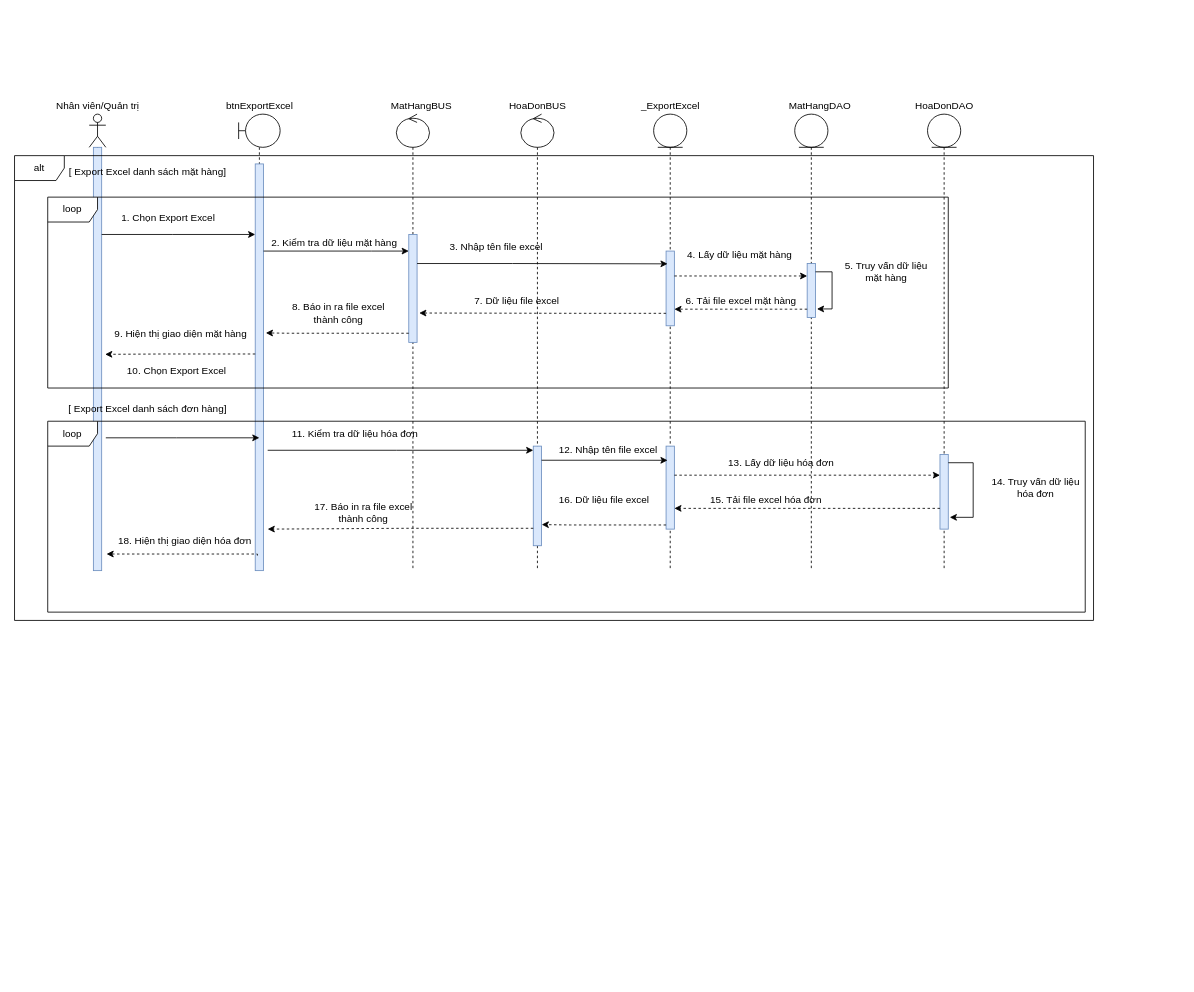
The draw.io diagram Sequence Diagrams/Thái Hùng/SD_XuấtDữLiêuRaExcel.drawio in EdgarIgnite16/OOAD-Project, before the edit. Source tidied: cells renumbered, new cells numbered last; positions are measured from the earlier drawing's top-left corner, leaving out a move shared by most shapes. Both pictures are drawn from the tidied source at 83%, with x=0, y=0 at pixel (14, 93).
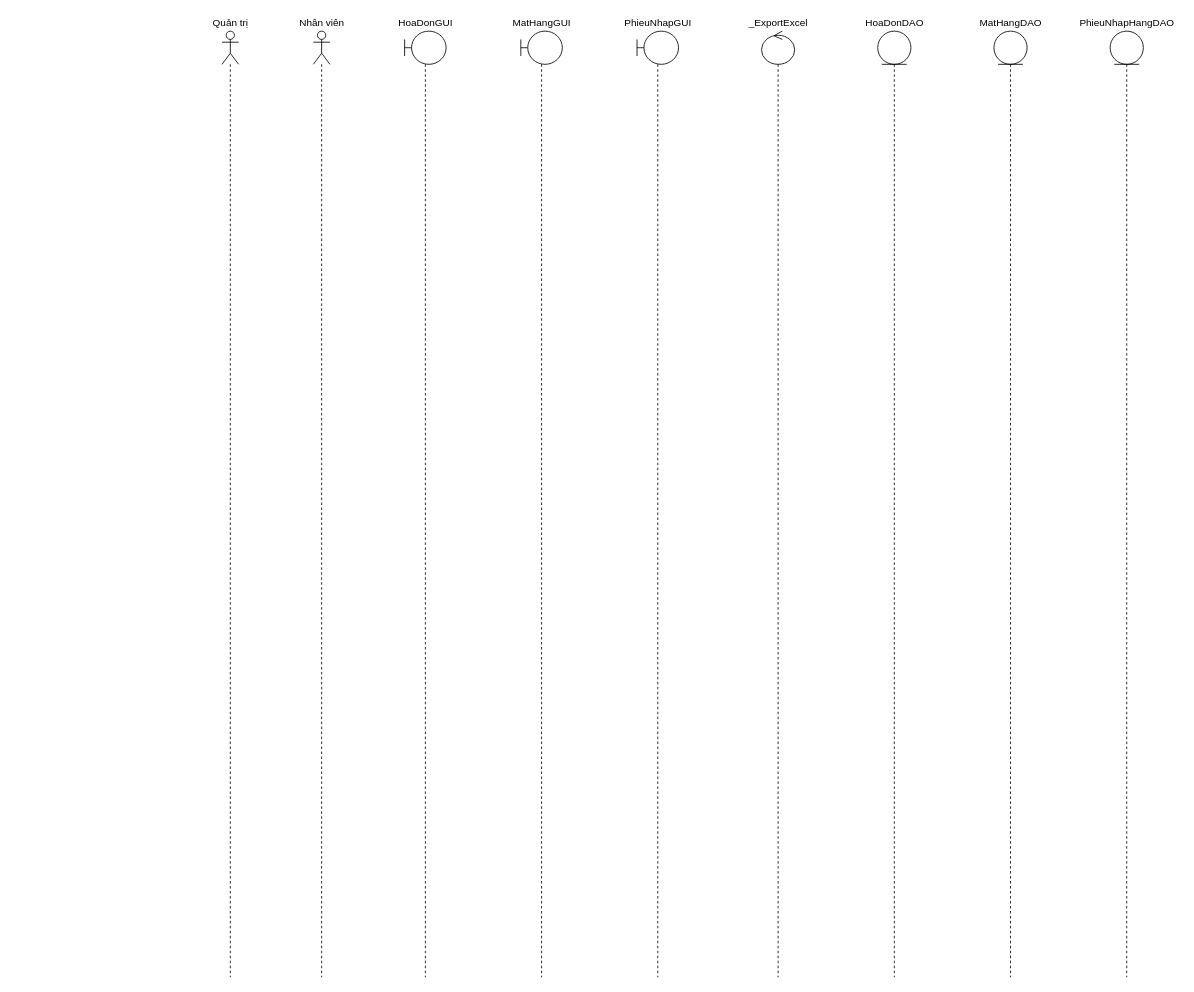
The same page after the edit.

What changed in the source:
```diff
@@
-    <mxCell id="2" style="shape=umlLifeline;participant=umlActor;perimeter=lifelinePerimeter;whiteSpace=wrap;html=1;verticalAlign=top;spacingTop=36;" parent="1" vertex="1">
-      <mxGeometry x="90" y="25" width="20" height="550" as="geometry" />
-    </mxCell>
-    <mxCell id="3" style="html=1;perimeter=orthogonalPerimeter;fillColor=#dae8fc;strokeColor=#6c8ebf;" parent="2" vertex="1">
-      <mxGeometry x="5" y="40" width="10" height="510" as="geometry" />
-    </mxCell>
-    <mxCell id="4" value="Nhân viên/Quản trị" style="text;html=1;align=center;verticalAlign=middle;strokeColor=none;fillColor=none;" parent="1" vertex="1">
-      <mxGeometry x="40" y="5" width="120" height="20" as="geometry" />
-    </mxCell>
-    <mxCell id="5" style="shape=umlLifeline;participant=umlBoundary;perimeter=lifelinePerimeter;whiteSpace=wrap;html=1;verticalAlign=top;spacingTop=36;size=40;" parent="1" vertex="1">
-      <mxGeometry x="270" y="25" width="50" height="550" as="geometry" />
-    </mxCell>
-    <mxCell id="6" style="html=1;perimeter=orthogonalPerimeter;fillColor=#dae8fc;strokeColor=#6c8ebf;" parent="5" vertex="1">
-      <mxGeometry x="20" y="60" width="10" height="490" as="geometry" />
-    </mxCell>
-    <mxCell id="7" value="btnExportExcel" style="text;html=1;align=center;verticalAlign=middle;strokeColor=none;fillColor=none;" parent="1" vertex="1">
-      <mxGeometry x="245" width="100" height="30" as="geometry" />
-    </mxCell>
-    <mxCell id="8" style="shape=umlLifeline;participant=umlEntity;perimeter=lifelinePerimeter;whiteSpace=wrap;html=1;verticalAlign=top;spacingTop=36;" parent="1" vertex="1">
-      <mxGeometry x="770" y="25" width="40" height="550" as="geometry" />
-    </mxCell>
-    <mxCell id="9" style="html=1;points=[];perimeter=orthogonalPerimeter;fillColor=#dae8fc;strokeColor=#6c8ebf;" parent="8" vertex="1">
-      <mxGeometry x="15" y="165" width="10" height="90" as="geometry" />
-    </mxCell>
-    <mxCell id="10" style="html=1;points=[];perimeter=orthogonalPerimeter;fillColor=#dae8fc;strokeColor=#6c8ebf;" parent="8" vertex="1">
-      <mxGeometry x="15" y="400" width="10" height="100" as="geometry" />
-    </mxCell>
+    <mxCell id="65" style="shape=umlLifeline;participant=umlActor;perimeter=lifelinePerimeter;whiteSpace=wrap;html=1;verticalAlign=top;spacingTop=36;" parent="1" vertex="1">
+      <mxGeometry x="360" y="-75" width="20" height="1140" as="geometry" />
+    </mxCell>
+    <mxCell id="66" style="shape=umlLifeline;participant=umlBoundary;perimeter=lifelinePerimeter;whiteSpace=wrap;html=1;verticalAlign=top;spacingTop=36;" parent="1" vertex="1">
+      <mxGeometry x="470" y="-75" width="50" height="1140" as="geometry" />
+    </mxCell>
+    <mxCell id="67" style="shape=umlLifeline;participant=umlBoundary;perimeter=lifelinePerimeter;whiteSpace=wrap;html=1;verticalAlign=top;spacingTop=36;" parent="1" vertex="1">
+      <mxGeometry x="610" y="-75" width="50" height="1140" as="geometry" />
+    </mxCell>
+    <mxCell id="68" style="shape=umlLifeline;participant=umlBoundary;perimeter=lifelinePerimeter;whiteSpace=wrap;html=1;verticalAlign=top;spacingTop=36;" parent="1" vertex="1">
+      <mxGeometry x="750" y="-75" width="50" height="1140" as="geometry" />
+    </mxCell>
+    <mxCell id="69" style="shape=umlLifeline;participant=umlEntity;perimeter=lifelinePerimeter;whiteSpace=wrap;html=1;verticalAlign=top;spacingTop=36;" parent="1" vertex="1">
+      <mxGeometry x="1040" y="-75" width="40" height="1140" as="geometry" />
+    </mxCell>
+    <mxCell id="70" style="shape=umlLifeline;participant=umlControl;perimeter=lifelinePerimeter;whiteSpace=wrap;html=1;verticalAlign=top;spacingTop=36;" parent="1" vertex="1">
+      <mxGeometry x="900" y="-75" width="40" height="1140" as="geometry" />
+    </mxCell>
+    <mxCell id="71" style="shape=umlLifeline;participant=umlEntity;perimeter=lifelinePerimeter;whiteSpace=wrap;html=1;verticalAlign=top;spacingTop=36;" parent="1" vertex="1">
+      <mxGeometry x="1180" y="-75" width="40" height="1140" as="geometry" />
+    </mxCell>
+    <mxCell id="72" style="shape=umlLifeline;participant=umlEntity;perimeter=lifelinePerimeter;whiteSpace=wrap;html=1;verticalAlign=top;spacingTop=36;" parent="1" vertex="1">
+      <mxGeometry x="1320" y="-75" width="40" height="1140" as="geometry" />
+    </mxCell>
+    <mxCell id="73" value="Nhân viên" style="text;html=1;align=center;verticalAlign=middle;strokeColor=none;fillColor=none;" parent="1" vertex="1">
+      <mxGeometry x="335" y="-95" width="70" height="20" as="geometry" />
+    </mxCell>
+    <mxCell id="74" style="shape=umlLifeline;participant=umlActor;perimeter=lifelinePerimeter;whiteSpace=wrap;html=1;verticalAlign=top;spacingTop=36;" parent="1" vertex="1">
+      <mxGeometry x="250" y="-75" width="20" height="1140" as="geometry" />
+    </mxCell>
+    <mxCell id="75" value="Quản trị" style="text;html=1;align=center;verticalAlign=middle;strokeColor=none;fillColor=none;" parent="1" vertex="1">
+      <mxGeometry x="230" y="-95" width="60" height="20" as="geometry" />
+    </mxCell>
+    <mxCell id="76" value="HoaDonGUI" style="text;html=1;align=center;verticalAlign=middle;strokeColor=none;fillColor=none;" parent="1" vertex="1">
+      <mxGeometry x="455" y="-95" width="80" height="20" as="geometry" />
+    </mxCell>
+    <mxCell id="77" value="MatHangGUI" style="text;html=1;align=center;verticalAlign=middle;strokeColor=none;fillColor=none;" parent="1" vertex="1">
+      <mxGeometry x="590" y="-95" width="90" height="20" as="geometry" />
+    </mxCell>
+    <mxCell id="78" value="PhieuNhapGUI" style="text;html=1;align=center;verticalAlign=middle;strokeColor=none;fillColor=none;" parent="1" vertex="1">
+      <mxGeometry x="725" y="-95" width="100" height="20" as="geometry" />
+    </mxCell>
     <mxCell id="11" value="_ExportExcel" style="text;html=1;align=center;verticalAlign=middle;strokeColor=none;fillColor=none;" parent="1" vertex="1">
-      <mxGeometry x="745" y="5" width="90" height="20" as="geometry" />
+      <mxGeometry x="875" y="-95" width="90" height="20" as="geometry" />
     </mxCell>
-    <mxCell id="12" style="edgeStyle=orthogonalEdgeStyle;rounded=0;orthogonalLoop=1;jettySize=auto;html=1;" parent="1" edge="1">
-      <mxGeometry relative="1" as="geometry">
-        <mxPoint x="105" y="170" as="sourcePoint" />
-        <mxPoint x="290" y="170" as="targetPoint" />
-        <Array as="points">
-          <mxPoint x="190" y="170" />
-          <mxPoint x="190" y="170" />
-        </Array>
-      </mxGeometry>
-    </mxCell>
-    <mxCell id="13" style="shape=umlLifeline;participant=umlEntity;perimeter=lifelinePerimeter;whiteSpace=wrap;html=1;verticalAlign=top;spacingTop=36;" parent="1" vertex="1">
-      <mxGeometry x="940" y="25" width="40" height="550" as="geometry" />
-    </mxCell>
-    <mxCell id="14" style="html=1;points=[];perimeter=orthogonalPerimeter;fillColor=#dae8fc;strokeColor=#6c8ebf;" parent="13" vertex="1">
-      <mxGeometry x="15" y="180" width="10" height="65" as="geometry" />
-    </mxCell>
-    <mxCell id="15" style="edgeStyle=orthogonalEdgeStyle;rounded=0;orthogonalLoop=1;jettySize=auto;html=1;entryX=1.18;entryY=0.842;entryDx=0;entryDy=0;entryPerimeter=0;" parent="13" edge="1" source="14" target="14">
-      <mxGeometry relative="1" as="geometry">
-        <Array as="points">
-          <mxPoint x="45" y="190" />
-          <mxPoint x="45" y="235" />
-          <mxPoint x="27" y="235" />
-        </Array>
-      </mxGeometry>
-    </mxCell>
     <mxCell id="16" value="HoaDonDAO" style="text;html=1;align=center;verticalAlign=middle;strokeColor=none;fillColor=none;" parent="1" vertex="1">
-      <mxGeometry x="1075" width="90" height="30" as="geometry" />
+      <mxGeometry x="1015" y="-95" width="90" height="20" as="geometry" />
     </mxCell>
-    <mxCell id="17" style="shape=umlLifeline;participant=umlEntity;perimeter=lifelinePerimeter;whiteSpace=wrap;html=1;verticalAlign=top;spacingTop=36;" parent="1" vertex="1">
-      <mxGeometry x="1100" y="25" width="40" height="550" as="geometry" />
-    </mxCell>
-    <mxCell id="18" style="html=1;points=[];perimeter=orthogonalPerimeter;fillColor=#dae8fc;strokeColor=#6c8ebf;" parent="17" vertex="1">
-      <mxGeometry x="15" y="410" width="10" height="90" as="geometry" />
-    </mxCell>
-    <mxCell id="19" style="edgeStyle=orthogonalEdgeStyle;rounded=0;orthogonalLoop=1;jettySize=auto;html=1;entryX=1.18;entryY=0.842;entryDx=0;entryDy=0;entryPerimeter=0;" parent="17" edge="1" source="18" target="18">
-      <mxGeometry relative="1" as="geometry">
-        <Array as="points">
-          <mxPoint x="55" y="420" />
-          <mxPoint x="55" y="486" />
-        </Array>
-      </mxGeometry>
-    </mxCell>
     <mxCell id="20" value="MatHangDAO" style="text;html=1;align=center;verticalAlign=middle;strokeColor=none;fillColor=none;" parent="1" vertex="1">
-      <mxGeometry x="920" width="100" height="30" as="geometry" />
+      <mxGeometry x="1155" y="-95" width="90" height="20" as="geometry" />
     </mxCell>
-    <mxCell id="21" style="shape=umlLifeline;participant=umlControl;perimeter=lifelinePerimeter;whiteSpace=wrap;html=1;verticalAlign=top;spacingTop=36;" parent="1" vertex="1">
-      <mxGeometry x="460" y="25" width="40" height="550" as="geometry" />
-    </mxCell>
-    <mxCell id="22" style="html=1;points=[];perimeter=orthogonalPerimeter;fillColor=#dae8fc;strokeColor=#6c8ebf;" parent="21" vertex="1">
-      <mxGeometry x="15" y="145" width="10" height="130" as="geometry" />
-    </mxCell>
-    <mxCell id="23" style="shape=umlLifeline;participant=umlControl;perimeter=lifelinePerimeter;whiteSpace=wrap;html=1;verticalAlign=top;spacingTop=36;" parent="1" vertex="1">
-      <mxGeometry x="610" y="25" width="40" height="550" as="geometry" />
-    </mxCell>
-    <mxCell id="24" value="3. Nhập tên file excel" style="text;html=1;align=center;verticalAlign=middle;strokeColor=none;fillColor=none;" parent="23" vertex="1">
-      <mxGeometry x="-100" y="145" width="140" height="30" as="geometry" />
-    </mxCell>
-    <mxCell id="25" style="html=1;points=[];perimeter=orthogonalPerimeter;fillColor=#dae8fc;strokeColor=#6c8ebf;" parent="23" vertex="1">
-      <mxGeometry x="15" y="400" width="10" height="120" as="geometry" />
-    </mxCell>
-    <mxCell id="26" value="MatHangBUS" style="text;html=1;align=center;verticalAlign=middle;strokeColor=none;fillColor=none;" parent="1" vertex="1">
-      <mxGeometry x="440" width="100" height="30" as="geometry" />
-    </mxCell>
-    <mxCell id="27" value="HoaDonBUS" style="text;html=1;align=center;verticalAlign=middle;strokeColor=none;fillColor=none;" parent="1" vertex="1">
-      <mxGeometry x="585" width="90" height="30" as="geometry" />
-    </mxCell>
-    <mxCell id="28" value="1. Chọn Export Excel" style="text;html=1;align=center;verticalAlign=middle;strokeColor=none;fillColor=none;" parent="1" vertex="1">
-      <mxGeometry x="115" y="135" width="140" height="30" as="geometry" />
-    </mxCell>
-    <mxCell id="29" style="edgeStyle=orthogonalEdgeStyle;rounded=0;jettySize=auto;html=1;" parent="1" edge="1" target="22">
-      <mxGeometry relative="1" as="geometry">
-        <mxPoint x="300" y="190" as="sourcePoint" />
-        <Array as="points">
-          <mxPoint x="430" y="190" />
-          <mxPoint x="430" y="190" />
-        </Array>
-      </mxGeometry>
-    </mxCell>
-    <mxCell id="30" value="2. Kiểm tra dữ liệu mặt hàng" style="text;html=1;align=center;verticalAlign=middle;strokeColor=none;fillColor=none;" parent="1" vertex="1">
-      <mxGeometry x="300" y="165" width="170" height="30" as="geometry" />
-    </mxCell>
-    <mxCell id="31" style="edgeStyle=orthogonalEdgeStyle;rounded=0;jettySize=auto;html=1;entryX=0.18;entryY=0.171;entryDx=0;entryDy=0;entryPerimeter=0;" parent="1" edge="1" source="22" target="9">
-      <mxGeometry relative="1" as="geometry">
-        <Array as="points">
-          <mxPoint x="600" y="205" />
-          <mxPoint x="600" y="205" />
-        </Array>
-      </mxGeometry>
-    </mxCell>
-    <mxCell id="32" value="4. Lấy dữ liệu mặt hàng&amp;nbsp;" style="text;html=1;align=center;verticalAlign=middle;strokeColor=none;fillColor=none;" parent="1" vertex="1">
-      <mxGeometry x="800" y="180" width="150" height="30" as="geometry" />
-    </mxCell>
-    <mxCell id="33" value="5. Truy vấn dữ liệu &lt;br&gt;mặt hàng" style="text;html=1;align=center;verticalAlign=middle;strokeColor=none;fillColor=none;" parent="1" vertex="1">
-      <mxGeometry x="990" y="195" width="120" height="40" as="geometry" />
-    </mxCell>
-    <mxCell id="34" style="edgeStyle=orthogonalEdgeStyle;rounded=0;jettySize=auto;html=1;dashed=1;" parent="1" edge="1" source="14" target="9">
-      <mxGeometry relative="1" as="geometry">
-        <Array as="points">
-          <mxPoint x="890" y="260" />
-          <mxPoint x="890" y="260" />
-        </Array>
-      </mxGeometry>
-    </mxCell>
-    <mxCell id="35" style="edgeStyle=orthogonalEdgeStyle;rounded=0;jettySize=auto;html=1;dashed=1;entryX=1.26;entryY=0.728;entryDx=0;entryDy=0;entryPerimeter=0;" parent="1" edge="1" source="9" target="22">
-      <mxGeometry relative="1" as="geometry">
-        <Array as="points">
-          <mxPoint x="690" y="265" />
-          <mxPoint x="690" y="265" />
-        </Array>
-      </mxGeometry>
-    </mxCell>
-    <mxCell id="36" value="8. Báo in ra file excel &lt;br&gt;thành công" style="text;html=1;align=center;verticalAlign=middle;strokeColor=none;fillColor=none;" parent="1" vertex="1">
-      <mxGeometry x="325" y="245" width="130" height="40" as="geometry" />
-    </mxCell>
-    <mxCell id="37" style="edgeStyle=orthogonalEdgeStyle;rounded=0;jettySize=auto;html=1;dashed=1;" parent="1" edge="1" source="9" target="14">
-      <mxGeometry relative="1" as="geometry">
-        <Array as="points">
-          <mxPoint x="910" y="220" />
-          <mxPoint x="910" y="220" />
-        </Array>
-      </mxGeometry>
-    </mxCell>
-    <mxCell id="38" value="6. Tải file excel mặt hàng" style="text;html=1;align=center;verticalAlign=middle;strokeColor=none;fillColor=none;" parent="1" vertex="1">
-      <mxGeometry x="795" y="235" width="160" height="30" as="geometry" />
-    </mxCell>
-    <mxCell id="39" style="edgeStyle=orthogonalEdgeStyle;rounded=0;jettySize=auto;html=1;dashed=1;entryX=1.28;entryY=0.385;entryDx=0;entryDy=0;entryPerimeter=0;" parent="1" edge="1" source="22">
-      <mxGeometry relative="1" as="geometry">
-        <mxPoint x="302.8" y="288.6" as="targetPoint" />
-        <Array as="points">
-          <mxPoint x="330" y="289" />
-          <mxPoint x="330" y="289" />
-        </Array>
-      </mxGeometry>
-    </mxCell>
-    <mxCell id="40" value="7. Dữ liệu file excel" style="text;html=1;align=center;verticalAlign=middle;strokeColor=none;fillColor=none;" parent="1" vertex="1">
-      <mxGeometry x="540" y="235" width="130" height="30" as="geometry" />
-    </mxCell>
-    <mxCell id="41" style="edgeStyle=orthogonalEdgeStyle;rounded=0;orthogonalLoop=1;jettySize=auto;html=1;entryX=1.42;entryY=0.419;entryDx=0;entryDy=0;entryPerimeter=0;dashed=1;" parent="1" edge="1">
-      <mxGeometry relative="1" as="geometry">
-        <mxPoint x="290" y="314" as="sourcePoint" />
-        <mxPoint x="109.2" y="314.4" as="targetPoint" />
-        <Array as="points">
-          <mxPoint x="180" y="314" />
-          <mxPoint x="180" y="314" />
-        </Array>
-      </mxGeometry>
-    </mxCell>
-    <mxCell id="42" value="9. Hiện thị giao diện mặt hàng" style="text;html=1;align=center;verticalAlign=middle;strokeColor=none;fillColor=none;" parent="1" vertex="1">
-      <mxGeometry x="110" y="275" width="180" height="30" as="geometry" />
-    </mxCell>
-    <mxCell id="43" value="12. Nhập tên file excel" style="text;html=1;align=center;verticalAlign=middle;strokeColor=none;fillColor=none;" parent="1" vertex="1">
-      <mxGeometry x="645" y="415" width="140" height="30" as="geometry" />
-    </mxCell>
-    <mxCell id="44" style="edgeStyle=orthogonalEdgeStyle;rounded=0;jettySize=auto;html=1;" parent="1" edge="1" target="25">
-      <mxGeometry relative="1" as="geometry">
-        <mxPoint x="305" y="430" as="sourcePoint" />
-        <Array as="points">
-          <mxPoint x="460" y="430" />
-          <mxPoint x="460" y="430" />
-        </Array>
-      </mxGeometry>
-    </mxCell>
-    <mxCell id="45" value="11. Kiểm tra dữ liệu hóa đơn" style="text;html=1;align=center;verticalAlign=middle;strokeColor=none;fillColor=none;" parent="1" vertex="1">
-      <mxGeometry x="320" y="395" width="180" height="30" as="geometry" />
-    </mxCell>
-    <mxCell id="46" style="edgeStyle=orthogonalEdgeStyle;rounded=0;jettySize=auto;html=1;entryX=0.18;entryY=0.171;entryDx=0;entryDy=0;entryPerimeter=0;" parent="1" edge="1" source="25" target="10">
-      <mxGeometry relative="1" as="geometry">
-        <Array as="points">
-          <mxPoint x="750" y="442" />
-          <mxPoint x="750" y="442" />
-        </Array>
-      </mxGeometry>
-    </mxCell>
-    <mxCell id="47" value="13. Lấy dữ liệu hóa đơn&amp;nbsp;" style="text;html=1;align=center;verticalAlign=middle;strokeColor=none;fillColor=none;" parent="1" vertex="1">
-      <mxGeometry x="850" y="430" width="150" height="30" as="geometry" />
-    </mxCell>
-    <mxCell id="48" style="edgeStyle=orthogonalEdgeStyle;rounded=0;jettySize=auto;html=1;dashed=1;" parent="1" edge="1" source="18" target="10">
-      <mxGeometry relative="1" as="geometry">
-        <Array as="points">
-          <mxPoint x="920" y="500" />
-          <mxPoint x="920" y="500" />
-        </Array>
-      </mxGeometry>
-    </mxCell>
-    <mxCell id="49" style="edgeStyle=orthogonalEdgeStyle;rounded=0;jettySize=auto;html=1;dashed=1;entryX=1.02;entryY=0.788;entryDx=0;entryDy=0;entryPerimeter=0;" parent="1" edge="1" source="10" target="25">
-      <mxGeometry relative="1" as="geometry">
-        <Array as="points">
-          <mxPoint x="670" y="520" />
-          <mxPoint x="670" y="520" />
-        </Array>
-      </mxGeometry>
-    </mxCell>
-    <mxCell id="50" value="17. Báo in ra file excel &lt;br&gt;thành công" style="text;html=1;align=center;verticalAlign=middle;strokeColor=none;fillColor=none;" parent="1" vertex="1">
-      <mxGeometry x="350" y="485" width="140" height="40" as="geometry" />
-    </mxCell>
-    <mxCell id="51" style="edgeStyle=orthogonalEdgeStyle;rounded=0;jettySize=auto;html=1;dashed=1;" parent="1" edge="1" source="10" target="18">
-      <mxGeometry relative="1" as="geometry">
-        <Array as="points">
-          <mxPoint x="940" y="460" />
-          <mxPoint x="940" y="460" />
-        </Array>
-      </mxGeometry>
-    </mxCell>
-    <mxCell id="52" value="15. Tải file excel hóa đơn" style="text;html=1;align=center;verticalAlign=middle;strokeColor=none;fillColor=none;" parent="1" vertex="1">
-      <mxGeometry x="825" y="475" width="160" height="30" as="geometry" />
-    </mxCell>
-    <mxCell id="53" style="edgeStyle=orthogonalEdgeStyle;rounded=0;jettySize=auto;html=1;dashed=1;" parent="1" edge="1" source="25">
-      <mxGeometry relative="1" as="geometry">
-        <mxPoint x="305" y="525" as="targetPoint" />
-        <Array as="points">
-          <mxPoint x="470" y="524" />
-          <mxPoint x="470" y="524" />
-        </Array>
-      </mxGeometry>
-    </mxCell>
-    <mxCell id="54" value="16. Dữ liệu file excel" style="text;html=1;align=center;verticalAlign=middle;strokeColor=none;fillColor=none;" parent="1" vertex="1">
-      <mxGeometry x="645" y="475" width="130" height="30" as="geometry" />
-    </mxCell>
-    <mxCell id="55" style="edgeStyle=orthogonalEdgeStyle;rounded=0;orthogonalLoop=1;jettySize=auto;html=1;entryX=1.18;entryY=0.847;entryDx=0;entryDy=0;entryPerimeter=0;dashed=1;exitX=-0.24;exitY=0.957;exitDx=0;exitDy=0;exitPerimeter=0;" parent="1" edge="1">
-      <mxGeometry relative="1" as="geometry">
-        <mxPoint x="292.6" y="556.9" as="sourcePoint" />
-        <mxPoint x="110.9" y="555" as="targetPoint" />
-        <Array as="points">
-          <mxPoint x="293" y="555" />
-        </Array>
-      </mxGeometry>
-    </mxCell>
-    <mxCell id="56" value="18. Hiện thị giao diện hóa đơn" style="text;html=1;align=center;verticalAlign=middle;strokeColor=none;fillColor=none;" parent="1" vertex="1">
-      <mxGeometry x="115" y="525" width="180" height="30" as="geometry" />
-    </mxCell>
-    <mxCell id="57" value="14. Truy vấn dữ liệu &lt;br&gt;hóa đơn" style="text;html=1;align=center;verticalAlign=middle;strokeColor=none;fillColor=none;" parent="1" vertex="1">
-      <mxGeometry x="1165" y="455" width="130" height="40" as="geometry" />
-    </mxCell>
-    <mxCell id="58" style="edgeStyle=orthogonalEdgeStyle;rounded=0;orthogonalLoop=1;jettySize=auto;html=1;" parent="1" edge="1">
-      <mxGeometry relative="1" as="geometry">
-        <mxPoint x="110" y="415" as="sourcePoint" />
-        <mxPoint x="295" y="415" as="targetPoint" />
-        <Array as="points">
-          <mxPoint x="195" y="415" />
-          <mxPoint x="195" y="415" />
-        </Array>
-      </mxGeometry>
-    </mxCell>
-    <mxCell id="59" value="10. Chọn Export Excel" style="text;html=1;align=center;verticalAlign=middle;strokeColor=none;fillColor=none;" parent="1" vertex="1">
-      <mxGeometry x="125" y="320" width="140" height="30" as="geometry" />
-    </mxCell>
-    <mxCell id="60" value="loop" style="shape=umlFrame;whiteSpace=wrap;html=1;" parent="1" vertex="1">
-      <mxGeometry x="40" y="125" width="1085" height="230" as="geometry" />
-    </mxCell>
-    <mxCell id="61" value="[ Export Excel danh sách mặt hàng]" style="text;html=1;align=center;verticalAlign=middle;strokeColor=none;fillColor=none;" parent="1" vertex="1">
-      <mxGeometry x="55" y="80" width="210" height="30" as="geometry" />
-    </mxCell>
-    <mxCell id="62" value="[ Export Excel danh sách đơn hàng]" style="text;html=1;align=center;verticalAlign=middle;strokeColor=none;fillColor=none;" parent="1" vertex="1">
-      <mxGeometry x="55" y="365" width="210" height="30" as="geometry" />
-    </mxCell>
-    <mxCell id="63" value="loop" style="shape=umlFrame;whiteSpace=wrap;html=1;" parent="1" vertex="1">
-      <mxGeometry x="40" y="395" width="1250" height="230" as="geometry" />
-    </mxCell>
-    <mxCell id="64" value="alt" style="shape=umlFrame;whiteSpace=wrap;html=1;" parent="1" vertex="1">
-      <mxGeometry y="75" width="1300" height="560" as="geometry" />
-    </mxCell>
+    <mxCell id="79" value="PhieuNhapHangDAO" style="text;html=1;align=center;verticalAlign=middle;strokeColor=none;fillColor=none;" parent="1" vertex="1">
+      <mxGeometry x="1275" y="-95" width="130" height="20" as="geometry" />
+    </mxCell>
```
